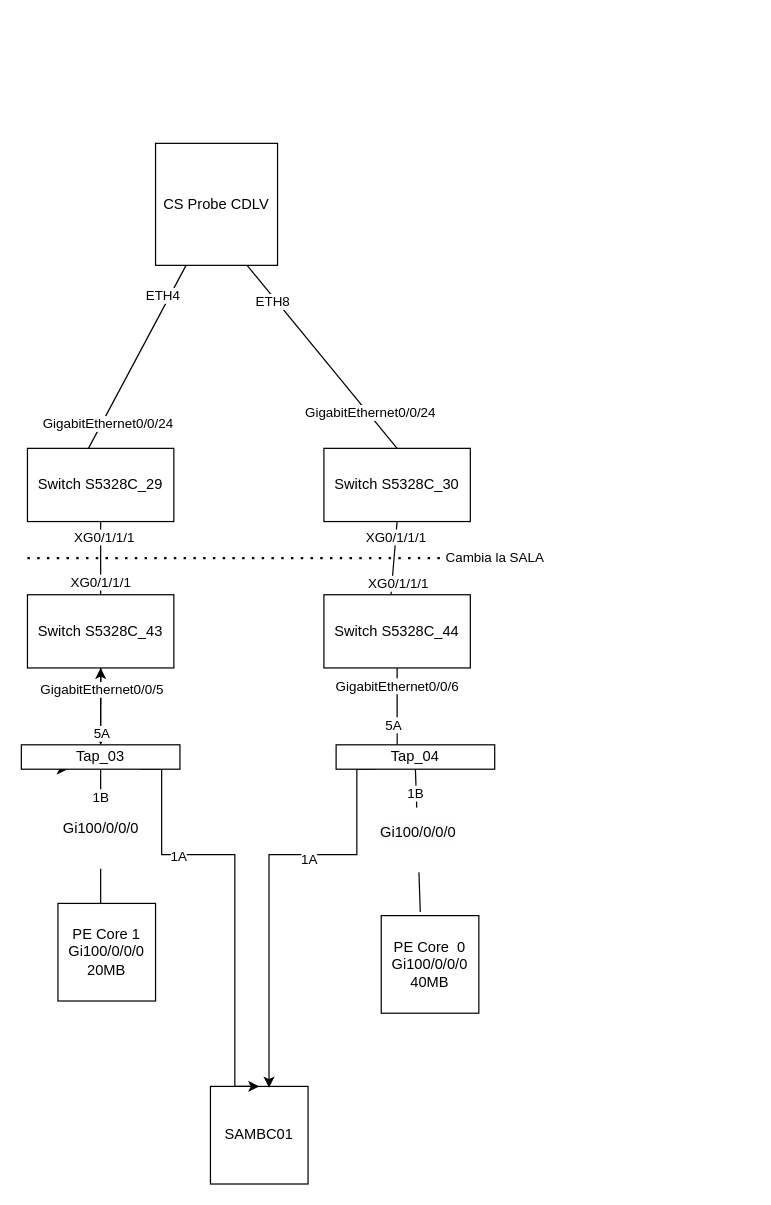
Before: Unbenanntes Diagramm.drawio in jperera2712/LearningGitHub001, a draw.io diagram. Source tidied: cells renumbered, new cells numbered last; positions are measured from the earlier drawing's top-left corner, leaving out a move shared by most shapes. Both pictures are drawn from the tidied source at 122%, with x=0, y=0 at pixel (21, 143).
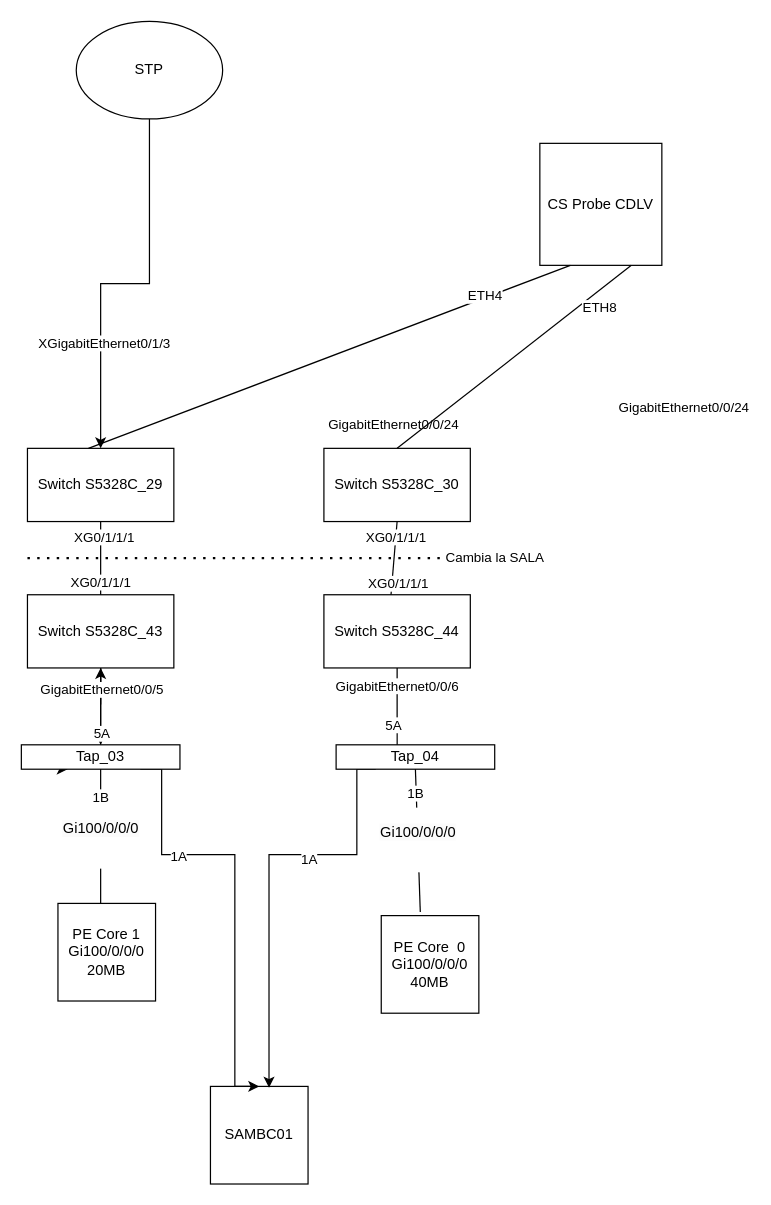
Above is the later version.

Unchanged cells that the change refers to:
```xml
<mxCell id="20" value="Switch S5328C_29" style="rounded=0;whiteSpace=wrap;html=1;" parent="1" vertex="1">
  <mxGeometry x="5" y="250" width="120" height="60" as="geometry" />
</mxCell>
```

The edit, as a diff of the source:
```diff
@@
     <mxCell id="2" value="CS Probe CDLV" style="whiteSpace=wrap;html=1;" parent="1" vertex="1">
-      <mxGeometry x="110" width="100" height="100" as="geometry" />
+      <mxGeometry x="425" width="100" height="100" as="geometry" />
     </mxCell>
@@
+    <mxCell id="41" style="edgeStyle=orthogonalEdgeStyle;rounded=0;jettySize=auto;html=1;exitX=0.5;exitY=1;exitDx=0;exitDy=0;entryX=0.5;entryY=0;entryDx=0;entryDy=0;" parent="1" edge="1" source="43" target="20">
+      <mxGeometry relative="1" as="geometry" />
+    </mxCell>
+    <mxCell id="42" value="XGigabitEthernet0/1/3" style="edgeLabel;html=1;align=center;verticalAlign=middle;" parent="41" vertex="1">
+      <mxGeometry x="0.44" y="2" relative="1" as="geometry" />
+    </mxCell>
+    <mxCell id="43" value="STP" style="ellipse;whiteSpace=wrap;html=1;" parent="1" vertex="1">
+      <mxGeometry x="45" y="-100" width="120" height="80" as="geometry" />
+    </mxCell>
```
